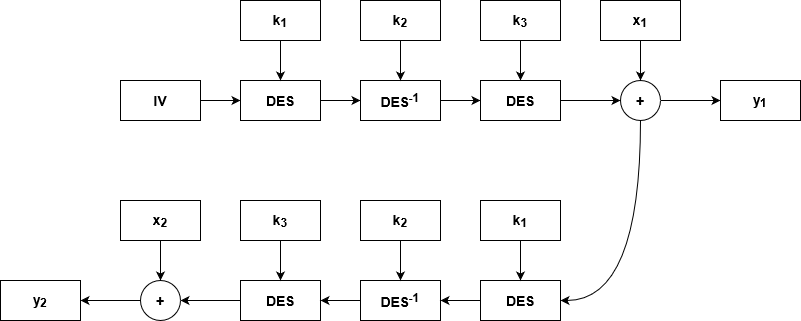
Above: img/3ofb-e.png in AlbertoSpinella/des-3des-js (draw.io), before the change. Source tidied: cells renumbered, new cells last; positions are measured from the earlier drawing's top-left corner, leaving out a move shared by most shapes.
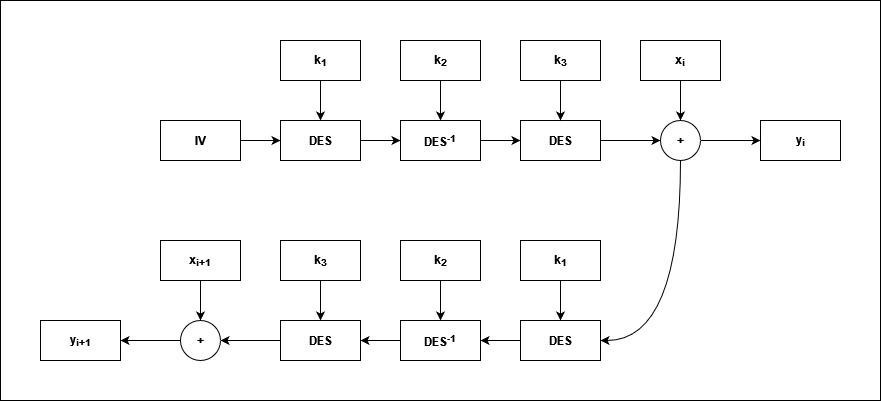
Later version of the same file.

What changed in the source:
```diff
@@ -1,117 +1,120 @@
-<mxGraphModel background="#ffffff">
+<mxGraphModel>
   <root>
     <mxCell id="0" />
     <mxCell id="1" parent="0" />
-    <mxCell id="2" style="edgeStyle=orthogonalEdgeStyle;rounded=0;jettySize=auto;html=1;entryX=0;entryY=0.5;entryDx=0;entryDy=0;" parent="1" edge="1" source="3" target="5">
-      <mxGeometry relative="1" as="geometry" />
-    </mxCell>
+    <mxCell id="39" style="rounded=0;whiteSpace=wrap;html=1;" parent="1" vertex="1">
+      <mxGeometry x="-40" y="-40" width="880" height="400" as="geometry" />
+    </mxCell>
+    <mxCell id="40" style="edgeStyle=none;rounded=0;jettySize=auto;html=1;entryX=0;entryY=0.5;entryDx=0;entryDy=0;fontStyle=1;" parent="1" edge="1" source="3" target="42">
+      <mxGeometry relative="1" as="geometry" />
+    </mxCell>
-    <mxCell id="3" value="&lt;font style=&quot;font-size: 14px&quot;&gt;&lt;b&gt;IV&lt;/b&gt;&lt;/font&gt;" style="rounded=0;whiteSpace=wrap;html=1;" parent="1" vertex="1">
+    <mxCell id="3" value="IV" style="rounded=0;whiteSpace=wrap;html=1;fontStyle=1;" parent="1" vertex="1">
       <mxGeometry x="120" y="80" width="80" height="40" as="geometry" />
     </mxCell>
-    <mxCell id="4" style="edgeStyle=orthogonalEdgeStyle;rounded=0;jettySize=auto;html=1;entryX=0;entryY=0.5;entryDx=0;entryDy=0;" parent="1" edge="1" source="5" target="7">
-      <mxGeometry relative="1" as="geometry" />
-    </mxCell>
-    <mxCell id="5" value="&lt;font style=&quot;font-size: 14px&quot;&gt;&lt;b&gt;DES&lt;/b&gt;&lt;/font&gt;" style="rounded=0;whiteSpace=wrap;html=1;" parent="1" vertex="1">
-      <mxGeometry x="240" y="80" width="80" height="40" as="geometry" />
-    </mxCell>
-    <mxCell id="6" style="edgeStyle=orthogonalEdgeStyle;rounded=0;jettySize=auto;html=1;entryX=0;entryY=0.5;entryDx=0;entryDy=0;" parent="1" edge="1" source="7" target="26">
-      <mxGeometry relative="1" as="geometry" />
-    </mxCell>
-    <mxCell id="7" value="&lt;font style=&quot;font-size: 14px&quot;&gt;&lt;b&gt;DES&lt;sup&gt;-1&lt;/sup&gt;&lt;/b&gt;&lt;/font&gt;" style="rounded=0;whiteSpace=wrap;html=1;" parent="1" vertex="1">
-      <mxGeometry x="360" y="80" width="80" height="40" as="geometry" />
-    </mxCell>
-    <mxCell id="8" style="edgeStyle=orthogonalEdgeStyle;rounded=0;jettySize=auto;html=1;entryX=0;entryY=0.5;entryDx=0;entryDy=0;" parent="1" edge="1" source="10" target="23">
-      <mxGeometry relative="1" as="geometry" />
-    </mxCell>
-    <mxCell id="9" style="edgeStyle=orthogonalEdgeStyle;rounded=0;jettySize=auto;html=1;entryX=1;entryY=0.5;entryDx=0;entryDy=0;curved=1;exitX=0.5;exitY=1;exitDx=0;exitDy=0;" parent="1" edge="1" source="10" target="32">
-      <mxGeometry relative="1" as="geometry" />
-    </mxCell>
-    <mxCell id="10" value="&lt;font style=&quot;font-size: 14px&quot;&gt;&lt;b&gt;+&lt;/b&gt;&lt;/font&gt;" style="ellipse;whiteSpace=wrap;html=1;" parent="1" vertex="1">
-      <mxGeometry x="620" y="80" width="40" height="40" as="geometry" />
-    </mxCell>
-    <mxCell id="11" style="edgeStyle=orthogonalEdgeStyle;rounded=0;jettySize=auto;html=1;entryX=0.5;entryY=0;entryDx=0;entryDy=0;" parent="1" edge="1" source="12" target="5">
-      <mxGeometry relative="1" as="geometry" />
-    </mxCell>
-    <mxCell id="12" value="&lt;font style=&quot;font-size: 14px&quot;&gt;&lt;b&gt;k&lt;sub&gt;1&lt;/sub&gt;&lt;/b&gt;&lt;/font&gt;" style="rounded=0;whiteSpace=wrap;html=1;" parent="1" vertex="1">
-      <mxGeometry x="240" width="80" height="40" as="geometry" />
-    </mxCell>
-    <mxCell id="13" style="edgeStyle=orthogonalEdgeStyle;rounded=0;jettySize=auto;html=1;entryX=0.5;entryY=0;entryDx=0;entryDy=0;" parent="1" edge="1" source="14" target="7">
-      <mxGeometry relative="1" as="geometry" />
-    </mxCell>
-    <mxCell id="14" value="&lt;font style=&quot;font-size: 14px&quot;&gt;&lt;b&gt;k&lt;sub&gt;2&lt;/sub&gt;&lt;/b&gt;&lt;/font&gt;" style="rounded=0;whiteSpace=wrap;html=1;" parent="1" vertex="1">
-      <mxGeometry x="360" width="80" height="40" as="geometry" />
-    </mxCell>
-    <mxCell id="15" style="edgeStyle=orthogonalEdgeStyle;rounded=0;jettySize=auto;html=1;entryX=0.5;entryY=0;entryDx=0;entryDy=0;" parent="1" edge="1" source="16" target="26">
-      <mxGeometry relative="1" as="geometry" />
-    </mxCell>
-    <mxCell id="16" value="&lt;font style=&quot;font-size: 14px&quot;&gt;&lt;b&gt;k&lt;sub&gt;3&lt;/sub&gt;&lt;/b&gt;&lt;/font&gt;" style="rounded=0;whiteSpace=wrap;html=1;" parent="1" vertex="1">
-      <mxGeometry x="480" width="80" height="40" as="geometry" />
-    </mxCell>
-    <mxCell id="17" style="edgeStyle=orthogonalEdgeStyle;rounded=0;jettySize=auto;html=1;entryX=0.5;entryY=0;entryDx=0;entryDy=0;" parent="1" edge="1" source="18" target="10">
-      <mxGeometry relative="1" as="geometry" />
-    </mxCell>
-    <mxCell id="18" value="&lt;font style=&quot;font-size: 14px&quot;&gt;&lt;b&gt;x&lt;sub&gt;1&lt;/sub&gt;&lt;/b&gt;&lt;/font&gt;" style="rounded=0;whiteSpace=wrap;html=1;" parent="1" vertex="1">
-      <mxGeometry x="600" width="80" height="40" as="geometry" />
-    </mxCell>
-    <mxCell id="19" style="edgeStyle=orthogonalEdgeStyle;rounded=0;jettySize=auto;html=1;entryX=0.5;entryY=0;entryDx=0;entryDy=0;" parent="1" edge="1" source="20" target="22">
-      <mxGeometry relative="1" as="geometry" />
-    </mxCell>
-    <mxCell id="20" value="&lt;font style=&quot;font-size: 14px&quot;&gt;&lt;b&gt;x&lt;sub&gt;2&lt;/sub&gt;&lt;/b&gt;&lt;/font&gt;" style="rounded=0;whiteSpace=wrap;html=1;" parent="1" vertex="1">
-      <mxGeometry x="120" y="200" width="80" height="40" as="geometry" />
-    </mxCell>
-    <mxCell id="21" style="edgeStyle=orthogonalEdgeStyle;rounded=0;jettySize=auto;html=1;entryX=1;entryY=0.5;entryDx=0;entryDy=0;" parent="1" edge="1" source="22" target="24">
-      <mxGeometry relative="1" as="geometry" />
-    </mxCell>
-    <mxCell id="22" value="&lt;font style=&quot;font-size: 14px&quot;&gt;&lt;b&gt;+&lt;/b&gt;&lt;/font&gt;" style="ellipse;whiteSpace=wrap;html=1;" parent="1" vertex="1">
-      <mxGeometry x="140" y="280" width="40" height="40" as="geometry" />
-    </mxCell>
-    <mxCell id="23" value="&lt;font style=&quot;font-size: 14px&quot;&gt;&lt;b&gt;y&lt;sub&gt;1&lt;/sub&gt;&lt;/b&gt;&lt;/font&gt;" style="rounded=0;whiteSpace=wrap;html=1;" parent="1" vertex="1">
-      <mxGeometry x="720" y="80" width="80" height="40" as="geometry" />
-    </mxCell>
-    <mxCell id="24" value="&lt;font style=&quot;font-size: 14px&quot;&gt;&lt;b&gt;y&lt;sub&gt;2&lt;/sub&gt;&lt;/b&gt;&lt;/font&gt;" style="rounded=0;whiteSpace=wrap;html=1;" parent="1" vertex="1">
-      <mxGeometry y="280" width="80" height="40" as="geometry" />
-    </mxCell>
-    <mxCell id="25" style="edgeStyle=orthogonalEdgeStyle;rounded=0;jettySize=auto;html=1;entryX=0;entryY=0.5;entryDx=0;entryDy=0;" parent="1" edge="1" source="26" target="10">
-      <mxGeometry relative="1" as="geometry" />
-    </mxCell>
-    <mxCell id="26" value="&lt;font style=&quot;font-size: 14px&quot;&gt;&lt;b&gt;DES&lt;/b&gt;&lt;/font&gt;" style="rounded=0;whiteSpace=wrap;html=1;" parent="1" vertex="1">
-      <mxGeometry x="480" y="80" width="80" height="40" as="geometry" />
-    </mxCell>
-    <mxCell id="27" style="edgeStyle=orthogonalEdgeStyle;rounded=0;jettySize=auto;html=1;entryX=1;entryY=0.5;entryDx=0;entryDy=0;" parent="1" edge="1" source="28" target="22">
-      <mxGeometry relative="1" as="geometry" />
-    </mxCell>
-    <mxCell id="28" value="&lt;font style=&quot;font-size: 14px&quot;&gt;&lt;b&gt;DES&lt;/b&gt;&lt;/font&gt;" style="rounded=0;whiteSpace=wrap;html=1;" parent="1" vertex="1">
-      <mxGeometry x="240" y="280" width="80" height="40" as="geometry" />
-    </mxCell>
-    <mxCell id="29" style="edgeStyle=orthogonalEdgeStyle;rounded=0;jettySize=auto;html=1;entryX=1;entryY=0.5;entryDx=0;entryDy=0;" parent="1" edge="1" source="30" target="28">
-      <mxGeometry relative="1" as="geometry" />
-    </mxCell>
-    <mxCell id="30" value="&lt;font style=&quot;font-size: 14px&quot;&gt;&lt;b&gt;DES&lt;sup&gt;-1&lt;/sup&gt;&lt;/b&gt;&lt;/font&gt;" style="rounded=0;whiteSpace=wrap;html=1;" parent="1" vertex="1">
-      <mxGeometry x="360" y="280" width="80" height="40" as="geometry" />
-    </mxCell>
-    <mxCell id="31" style="edgeStyle=orthogonalEdgeStyle;rounded=0;jettySize=auto;html=1;entryX=1;entryY=0.5;entryDx=0;entryDy=0;" parent="1" edge="1" source="32" target="30">
-      <mxGeometry relative="1" as="geometry" />
-    </mxCell>
-    <mxCell id="32" value="&lt;font style=&quot;font-size: 14px&quot;&gt;&lt;b&gt;DES&lt;/b&gt;&lt;/font&gt;" style="rounded=0;whiteSpace=wrap;html=1;" parent="1" vertex="1">
-      <mxGeometry x="480" y="280" width="80" height="40" as="geometry" />
-    </mxCell>
-    <mxCell id="33" style="edgeStyle=orthogonalEdgeStyle;rounded=0;jettySize=auto;html=1;entryX=0.5;entryY=0;entryDx=0;entryDy=0;" parent="1" edge="1" source="34" target="28">
-      <mxGeometry relative="1" as="geometry" />
-    </mxCell>
-    <mxCell id="34" value="&lt;font style=&quot;font-size: 14px&quot;&gt;&lt;b&gt;k&lt;sub&gt;3&lt;/sub&gt;&lt;/b&gt;&lt;/font&gt;" style="rounded=0;whiteSpace=wrap;html=1;" parent="1" vertex="1">
-      <mxGeometry x="240" y="200" width="80" height="40" as="geometry" />
-    </mxCell>
-    <mxCell id="35" style="edgeStyle=orthogonalEdgeStyle;rounded=0;jettySize=auto;html=1;entryX=0.5;entryY=0;entryDx=0;entryDy=0;" parent="1" edge="1" source="36" target="30">
-      <mxGeometry relative="1" as="geometry" />
-    </mxCell>
-    <mxCell id="36" value="&lt;font style=&quot;font-size: 14px&quot;&gt;&lt;b&gt;k&lt;sub&gt;2&lt;/sub&gt;&lt;/b&gt;&lt;/font&gt;" style="rounded=0;whiteSpace=wrap;html=1;" parent="1" vertex="1">
-      <mxGeometry x="360" y="200" width="80" height="40" as="geometry" />
-    </mxCell>
-    <mxCell id="37" style="edgeStyle=orthogonalEdgeStyle;rounded=0;jettySize=auto;html=1;entryX=0.5;entryY=0;entryDx=0;entryDy=0;" parent="1" edge="1" source="38" target="32">
-      <mxGeometry relative="1" as="geometry" />
-    </mxCell>
-    <mxCell id="38" value="&lt;font style=&quot;font-size: 14px&quot;&gt;&lt;b&gt;k&lt;sub&gt;1&lt;/sub&gt;&lt;/b&gt;&lt;/font&gt;" style="rounded=0;whiteSpace=wrap;html=1;" parent="1" vertex="1">
-      <mxGeometry x="480" y="200" width="80" height="40" as="geometry" />
-    </mxCell>
+    <mxCell id="41" style="edgeStyle=none;rounded=0;jettySize=auto;html=1;entryX=0;entryY=0.5;entryDx=0;entryDy=0;fontStyle=1;" parent="1" edge="1" source="42" target="46">
+      <mxGeometry relative="1" as="geometry" />
+    </mxCell>
+    <mxCell id="42" value="DES" style="rounded=0;whiteSpace=wrap;html=1;fontStyle=1;" parent="1" vertex="1">
+      <mxGeometry x="240" y="80" width="80" height="40" as="geometry" />
+    </mxCell>
+    <mxCell id="43" style="edgeStyle=none;rounded=0;jettySize=auto;html=1;entryX=0.5;entryY=0;entryDx=0;entryDy=0;fontStyle=1;" parent="1" edge="1" source="44" target="42">
+      <mxGeometry relative="1" as="geometry" />
+    </mxCell>
+    <mxCell id="44" value="k&lt;sub&gt;1&lt;/sub&gt;" style="rounded=0;whiteSpace=wrap;html=1;fontStyle=1;" parent="1" vertex="1">
+      <mxGeometry x="240" width="80" height="40" as="geometry" />
+    </mxCell>
+    <mxCell id="45" style="edgeStyle=none;rounded=0;jettySize=auto;html=1;fontStyle=1;" parent="1" edge="1" source="46" target="50">
+      <mxGeometry relative="1" as="geometry" />
+    </mxCell>
+    <mxCell id="46" value="DES&lt;sup&gt;-1&lt;/sup&gt;" style="rounded=0;whiteSpace=wrap;html=1;fontStyle=1;" parent="1" vertex="1">
+      <mxGeometry x="360" y="80" width="80" height="40" as="geometry" />
+    </mxCell>
+    <mxCell id="47" style="edgeStyle=none;rounded=0;jettySize=auto;html=1;entryX=0.5;entryY=0;entryDx=0;entryDy=0;fontStyle=1;" parent="1" edge="1" source="48" target="46">
+      <mxGeometry relative="1" as="geometry" />
+    </mxCell>
+    <mxCell id="48" value="k&lt;sub&gt;2&lt;/sub&gt;" style="rounded=0;whiteSpace=wrap;html=1;fontStyle=1;" parent="1" vertex="1">
+      <mxGeometry x="360" width="80" height="40" as="geometry" />
+    </mxCell>
+    <mxCell id="49" style="edgeStyle=none;rounded=0;jettySize=auto;html=1;entryX=0;entryY=0.5;entryDx=0;entryDy=0;fontStyle=1;" parent="1" edge="1" source="50" target="58">
+      <mxGeometry relative="1" as="geometry" />
+    </mxCell>
+    <mxCell id="50" value="DES" style="rounded=0;whiteSpace=wrap;html=1;fontStyle=1;" parent="1" vertex="1">
+      <mxGeometry x="480" y="80" width="80" height="40" as="geometry" />
+    </mxCell>
+    <mxCell id="51" style="edgeStyle=none;rounded=0;jettySize=auto;html=1;entryX=0.5;entryY=0;entryDx=0;entryDy=0;fontStyle=1;" parent="1" edge="1" source="52" target="50">
+      <mxGeometry relative="1" as="geometry" />
+    </mxCell>
+    <mxCell id="52" value="k&lt;sub&gt;3&lt;/sub&gt;" style="rounded=0;whiteSpace=wrap;html=1;fontStyle=1;" parent="1" vertex="1">
+      <mxGeometry x="480" width="80" height="40" as="geometry" />
+    </mxCell>
+    <mxCell id="53" value="y&lt;sub&gt;i&lt;/sub&gt;" style="rounded=0;whiteSpace=wrap;html=1;fontStyle=1;" parent="1" vertex="1">
+      <mxGeometry x="720" y="80" width="80" height="40" as="geometry" />
+    </mxCell>
+    <mxCell id="54" style="edgeStyle=none;rounded=0;jettySize=auto;html=1;entryX=0.5;entryY=0;entryDx=0;entryDy=0;fontStyle=1;" parent="1" edge="1" source="55" target="58">
+      <mxGeometry relative="1" as="geometry" />
+    </mxCell>
+    <mxCell id="55" value="x&lt;sub&gt;i&lt;/sub&gt;" style="rounded=0;whiteSpace=wrap;html=1;fontStyle=1;" parent="1" vertex="1">
+      <mxGeometry x="600" width="80" height="40" as="geometry" />
+    </mxCell>
+    <mxCell id="56" style="edgeStyle=none;rounded=0;jettySize=auto;html=1;fontStyle=1;" parent="1" edge="1" source="58" target="53">
+      <mxGeometry relative="1" as="geometry" />
+    </mxCell>
+    <mxCell id="57" style="edgeStyle=orthogonalEdgeStyle;rounded=0;jettySize=auto;html=1;entryX=1;entryY=0.5;entryDx=0;entryDy=0;curved=1;exitX=0.5;exitY=1;exitDx=0;exitDy=0;fontStyle=1;" parent="1" edge="1" source="58" target="60">
+      <mxGeometry relative="1" as="geometry" />
+    </mxCell>
+    <mxCell id="58" value="+" style="ellipse;whiteSpace=wrap;html=1;fontStyle=1;" parent="1" vertex="1">
+      <mxGeometry x="620" y="80" width="40" height="40" as="geometry" />
+    </mxCell>
+    <mxCell id="59" style="edgeStyle=orthogonalEdgeStyle;curved=1;rounded=0;jettySize=auto;html=1;entryX=1;entryY=0.5;entryDx=0;entryDy=0;fontStyle=1;" parent="1" edge="1" source="60" target="64">
+      <mxGeometry relative="1" as="geometry" />
+    </mxCell>
+    <mxCell id="60" value="DES" style="rounded=0;whiteSpace=wrap;html=1;fontStyle=1;" parent="1" vertex="1">
+      <mxGeometry x="480" y="280" width="80" height="40" as="geometry" />
+    </mxCell>
+    <mxCell id="61" style="edgeStyle=orthogonalEdgeStyle;curved=1;rounded=0;jettySize=auto;html=1;entryX=0.5;entryY=0;entryDx=0;entryDy=0;fontStyle=1;" parent="1" edge="1" source="62" target="60">
+      <mxGeometry relative="1" as="geometry" />
+    </mxCell>
+    <mxCell id="62" value="k&lt;sub&gt;1&lt;/sub&gt;" style="rounded=0;whiteSpace=wrap;html=1;fontStyle=1;" parent="1" vertex="1">
+      <mxGeometry x="480" y="200" width="80" height="40" as="geometry" />
+    </mxCell>
+    <mxCell id="63" style="edgeStyle=orthogonalEdgeStyle;curved=1;rounded=0;jettySize=auto;html=1;entryX=1;entryY=0.5;entryDx=0;entryDy=0;fontStyle=1;" parent="1" edge="1" source="64" target="68">
+      <mxGeometry relative="1" as="geometry" />
+    </mxCell>
+    <mxCell id="64" value="DES&lt;sup&gt;-1&lt;/sup&gt;" style="rounded=0;whiteSpace=wrap;html=1;fontStyle=1;" parent="1" vertex="1">
+      <mxGeometry x="360" y="280" width="80" height="40" as="geometry" />
+    </mxCell>
+    <mxCell id="65" style="edgeStyle=orthogonalEdgeStyle;curved=1;rounded=0;jettySize=auto;html=1;entryX=0.5;entryY=0;entryDx=0;entryDy=0;fontStyle=1;" parent="1" edge="1" source="66" target="64">
+      <mxGeometry relative="1" as="geometry" />
+    </mxCell>
+    <mxCell id="66" value="k&lt;sub&gt;2&lt;/sub&gt;" style="rounded=0;whiteSpace=wrap;html=1;fontStyle=1;" parent="1" vertex="1">
+      <mxGeometry x="360" y="200" width="80" height="40" as="geometry" />
+    </mxCell>
+    <mxCell id="67" style="edgeStyle=orthogonalEdgeStyle;curved=1;rounded=0;jettySize=auto;html=1;entryX=1;entryY=0.5;entryDx=0;entryDy=0;fontStyle=1;" parent="1" edge="1" source="68" target="75">
+      <mxGeometry relative="1" as="geometry" />
+    </mxCell>
+    <mxCell id="68" value="DES" style="rounded=0;whiteSpace=wrap;html=1;fontStyle=1;" parent="1" vertex="1">
+      <mxGeometry x="240" y="280" width="80" height="40" as="geometry" />
+    </mxCell>
+    <mxCell id="69" style="edgeStyle=orthogonalEdgeStyle;curved=1;rounded=0;jettySize=auto;html=1;entryX=0.5;entryY=0;entryDx=0;entryDy=0;fontStyle=1;" parent="1" edge="1" source="70" target="68">
+      <mxGeometry relative="1" as="geometry" />
+    </mxCell>
+    <mxCell id="70" value="k&lt;sub&gt;3&lt;/sub&gt;" style="rounded=0;whiteSpace=wrap;html=1;fontStyle=1;" parent="1" vertex="1">
+      <mxGeometry x="240" y="200" width="80" height="40" as="geometry" />
+    </mxCell>
+    <mxCell id="71" value="y&lt;sub&gt;i+1&lt;/sub&gt;" style="rounded=0;whiteSpace=wrap;html=1;fontStyle=1;" parent="1" vertex="1">
+      <mxGeometry y="280" width="80" height="40" as="geometry" />
+    </mxCell>
+    <mxCell id="72" style="edgeStyle=orthogonalEdgeStyle;curved=1;rounded=0;jettySize=auto;html=1;entryX=0.5;entryY=0;entryDx=0;entryDy=0;fontStyle=1;" parent="1" edge="1" source="73" target="75">
+      <mxGeometry relative="1" as="geometry" />
+    </mxCell>
+    <mxCell id="73" value="x&lt;sub&gt;i+1&lt;/sub&gt;" style="rounded=0;whiteSpace=wrap;html=1;fontStyle=1;" parent="1" vertex="1">
+      <mxGeometry x="120" y="200" width="80" height="40" as="geometry" />
+    </mxCell>
+    <mxCell id="74" style="edgeStyle=orthogonalEdgeStyle;curved=1;rounded=0;jettySize=auto;html=1;entryX=1;entryY=0.5;entryDx=0;entryDy=0;fontStyle=1;" parent="1" edge="1" source="75" target="71">
+      <mxGeometry relative="1" as="geometry" />
+    </mxCell>
+    <mxCell id="75" value="+" style="ellipse;whiteSpace=wrap;html=1;fontStyle=1;" parent="1" vertex="1">
+      <mxGeometry x="140" y="280" width="40" height="40" as="geometry" />
+    </mxCell>
   </root>
 </mxGraphModel>
```
